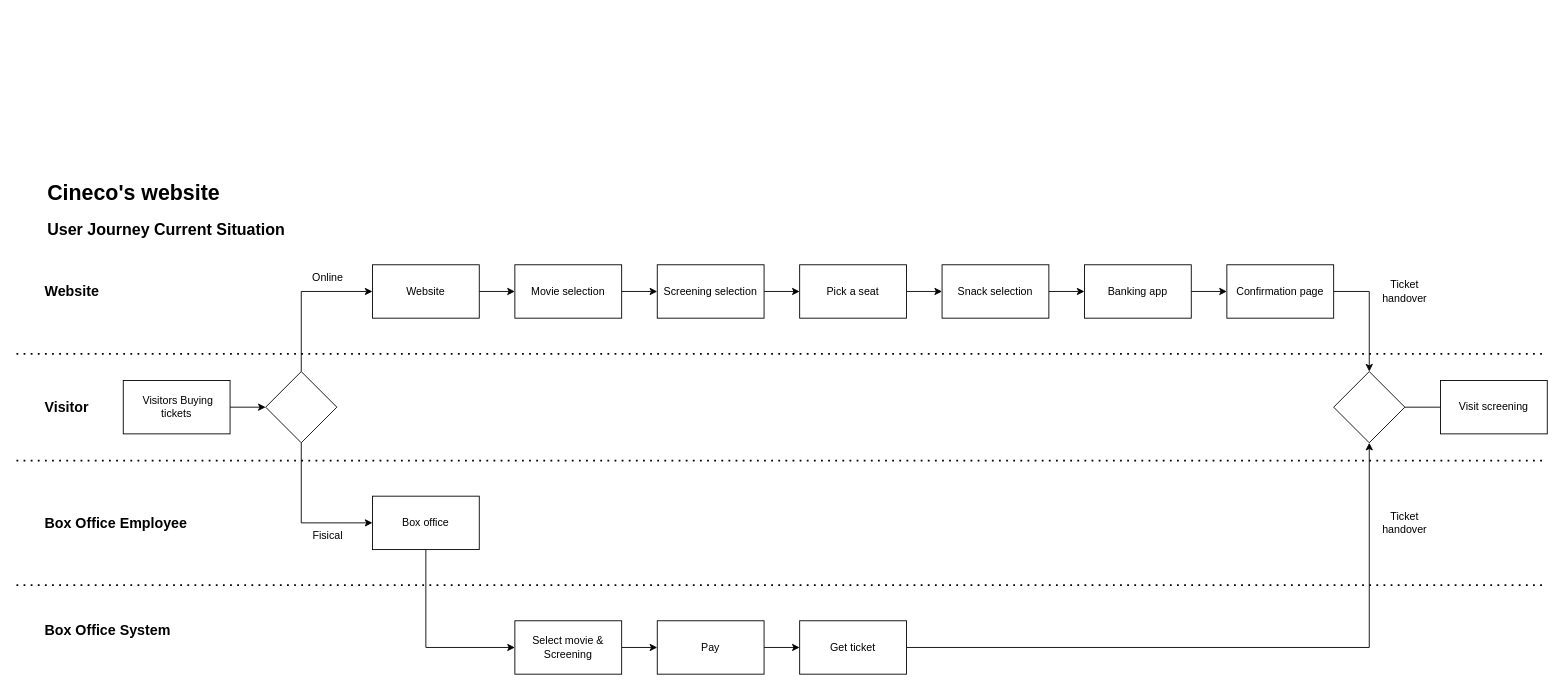
Above: Cinema Cineco.drawio in BasGosman-Calco/Business-Analyses (draw.io), before the change. Source tidied: cells renumbered, new cells numbered last; positions are measured from the earlier drawing's top-left corner, leaving out a move shared by most shapes. Both pictures are drawn from the tidied source at 89%, with x=0, y=0 at pixel (16, 175).
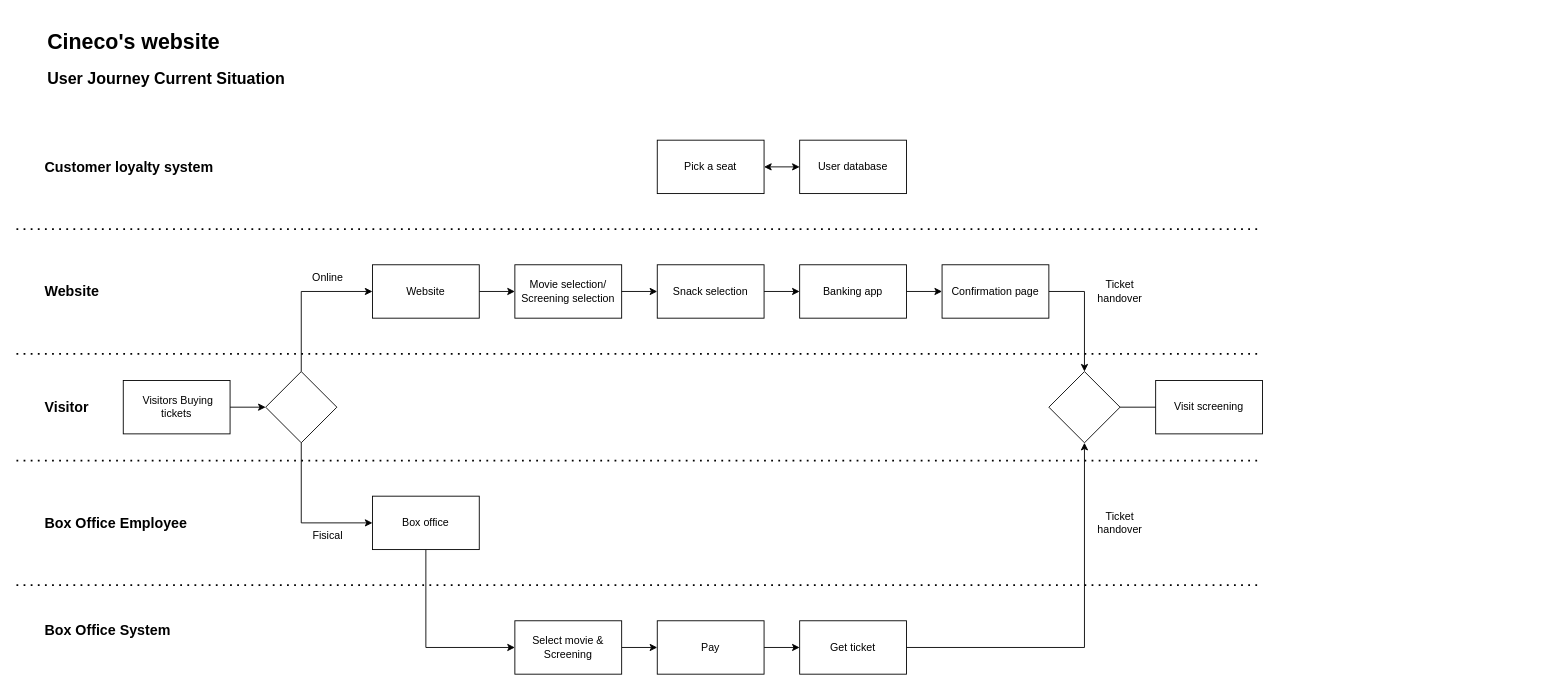
The same diagram, later.

The edit, as a diff of the source:
```diff
@@
     <mxCell id="2" value="&lt;h1&gt;Cineco's website&lt;br&gt;&lt;/h1&gt;&lt;p&gt;&lt;b&gt;&lt;font style=&quot;font-size: 18px;&quot;&gt;User Journey Current Situation&lt;/font&gt;&lt;/b&gt;&lt;br&gt;&lt;/p&gt;" style="text;html=1;strokeColor=none;fillColor=none;spacing=5;spacingTop=-20;whiteSpace=wrap;overflow=hidden;rounded=0;" parent="1" vertex="1">
-      <mxGeometry x="30" width="330" height="130" as="geometry" />
+      <mxGeometry x="30" y="-170" width="330" height="130" as="geometry" />
     </mxCell>
-    <mxCell id="3" style="edgeStyle=orthogonalEdgeStyle;rounded=0;jettySize=auto;html=1;" parent="1" edge="1" source="4" target="7">
-      <mxGeometry relative="1" as="geometry" />
-    </mxCell>
-    <mxCell id="4" value="Movie selection" style="rounded=0;whiteSpace=wrap;html=1;" parent="1" vertex="1">
+    <mxCell id="4" value="Movie selection/&lt;div&gt;Screening selection&lt;/div&gt;" style="rounded=0;whiteSpace=wrap;html=1;" parent="1" vertex="1">
       <mxGeometry x="560" y="100" width="120" height="60" as="geometry" />
     </mxCell>
-    <mxCell id="5" style="edgeStyle=orthogonalEdgeStyle;rounded=0;jettySize=auto;html=1;exitX=1;exitY=0.5;exitDx=0;exitDy=0;" parent="1" edge="1" source="24" target="9">
-      <mxGeometry relative="1" as="geometry" />
-    </mxCell>
-    <mxCell id="6" style="edgeStyle=orthogonalEdgeStyle;rounded=0;jettySize=auto;html=1;" parent="1" edge="1" source="7" target="24">
+    <mxCell id="6" style="edgeStyle=orthogonalEdgeStyle;rounded=0;jettySize=auto;html=1;entryX=0;entryY=0.5;entryDx=0;entryDy=0;exitX=1;exitY=0.5;exitDx=0;exitDy=0;" parent="1" edge="1" source="4" target="9">
       <mxGeometry relative="1" as="geometry" />
     </mxCell>
-    <mxCell id="7" value="&lt;div&gt;Screening selection&lt;/div&gt;" style="rounded=0;whiteSpace=wrap;html=1;" parent="1" vertex="1">
-      <mxGeometry x="720" y="100" width="120" height="60" as="geometry" />
-    </mxCell>
@@
     <mxCell id="9" value="&lt;div&gt;Snack selection&lt;/div&gt;" style="rounded=0;whiteSpace=wrap;html=1;" parent="1" vertex="1">
-      <mxGeometry x="1040" y="100" width="120" height="60" as="geometry" />
+      <mxGeometry x="720" y="100" width="120" height="60" as="geometry" />
     </mxCell>
@@
     <mxCell id="11" value="Banking app" style="rounded=0;whiteSpace=wrap;html=1;" parent="1" vertex="1">
-      <mxGeometry x="1200" y="100" width="120" height="60" as="geometry" />
+      <mxGeometry x="880" y="100" width="120" height="60" as="geometry" />
     </mxCell>
@@
     <mxCell id="13" value="Confirmation page" style="rounded=0;whiteSpace=wrap;html=1;" parent="1" vertex="1">
-      <mxGeometry x="1360" y="100" width="120" height="60" as="geometry" />
+      <mxGeometry x="1040" y="100" width="120" height="60" as="geometry" />
     </mxCell>
@@
     <mxCell id="24" value="Pick a seat" style="whiteSpace=wrap;html=1;rounded=0;" parent="1" vertex="1">
-      <mxGeometry x="880" y="100" width="120" height="60" as="geometry" />
+      <mxGeometry x="720" y="-40" width="120" height="60" as="geometry" />
     </mxCell>
@@
     <mxCell id="35" style="edgeStyle=orthogonalEdgeStyle;rounded=0;jettySize=auto;html=1;exitX=1;exitY=0.5;exitDx=0;exitDy=0;" parent="1" edge="1" source="36">
       <mxGeometry relative="1" as="geometry">
-        <mxPoint x="1670" y="260" as="targetPoint" />
+        <mxPoint x="1350" y="260" as="targetPoint" />
       </mxGeometry>
     </mxCell>
     <mxCell id="36" style="rhombus;whiteSpace=wrap;html=1;" parent="1" vertex="1">
-      <mxGeometry x="1480" y="220" width="80" height="80" as="geometry" />
+      <mxGeometry x="1160" y="220" width="80" height="80" as="geometry" />
     </mxCell>
     <mxCell id="37" value="Visit screening" style="rounded=0;whiteSpace=wrap;html=1;" parent="1" vertex="1">
-      <mxGeometry x="1600" y="230" width="120" height="60" as="geometry" />
+      <mxGeometry x="1280" y="230" width="120" height="60" as="geometry" />
     </mxCell>
     <mxCell id="38" value="Ticket handover" style="text;html=1;strokeColor=none;fillColor=none;align=center;verticalAlign=middle;whiteSpace=wrap;rounded=0;" parent="1" vertex="1">
-      <mxGeometry x="1520" y="375" width="80" height="30" as="geometry" />
+      <mxGeometry x="1200" y="375" width="80" height="30" as="geometry" />
     </mxCell>
     <mxCell id="39" value="Ticket handover" style="text;html=1;strokeColor=none;fillColor=none;align=center;verticalAlign=middle;whiteSpace=wrap;rounded=0;" parent="1" vertex="1">
-      <mxGeometry x="1520" y="115" width="80" height="30" as="geometry" />
+      <mxGeometry x="1200" y="115" width="80" height="30" as="geometry" />
     </mxCell>
@@
     <mxCell id="41" style="endArrow=none;dashed=1;html=1;dashPattern=1 3;strokeWidth=2;rounded=0;" parent="1" edge="1">
       <mxGeometry relative="1" as="geometry">
         <mxPoint y="200" as="sourcePoint" />
-        <mxPoint x="1720" y="200" as="targetPoint" />
+        <mxPoint x="1400" y="200" as="targetPoint" />
       </mxGeometry>
     </mxCell>
     <mxCell id="42" style="endArrow=none;dashed=1;html=1;dashPattern=1 3;strokeWidth=2;rounded=0;" parent="1" edge="1">
       <mxGeometry relative="1" as="geometry">
         <mxPoint y="320" as="sourcePoint" />
-        <mxPoint x="1720" y="320" as="targetPoint" />
+        <mxPoint x="1400" y="320" as="targetPoint" />
       </mxGeometry>
     </mxCell>
     <mxCell id="43" style="endArrow=none;dashed=1;html=1;dashPattern=1 3;strokeWidth=2;rounded=0;" parent="1" edge="1">
       <mxGeometry relative="1" as="geometry">
         <mxPoint y="460" as="sourcePoint" />
-        <mxPoint x="1720" y="460" as="targetPoint" />
+        <mxPoint x="1400" y="460" as="targetPoint" />
       </mxGeometry>
     </mxCell>
+    <mxCell id="44" style="edgeStyle=orthogonalEdgeStyle;rounded=0;jettySize=auto;html=1;entryX=1;entryY=0.5;entryDx=0;entryDy=0;endArrow=classic;endFill=1;startArrow=classic;startFill=1;" parent="1" edge="1" source="45" target="24">
+      <mxGeometry relative="1" as="geometry" />
+    </mxCell>
+    <mxCell id="45" value="User database" style="whiteSpace=wrap;html=1;rounded=0;" parent="1" vertex="1">
+      <mxGeometry x="880" y="-40" width="120" height="60" as="geometry" />
+    </mxCell>
+    <mxCell id="46" style="endArrow=none;dashed=1;html=1;dashPattern=1 3;strokeWidth=2;rounded=0;" parent="1" edge="1">
+      <mxGeometry relative="1" as="geometry">
+        <mxPoint y="60" as="sourcePoint" />
+        <mxPoint x="1400" y="60" as="targetPoint" />
+      </mxGeometry>
+    </mxCell>
+    <mxCell id="47" value="&lt;b&gt;Customer loyalty system&lt;br&gt;&lt;/b&gt;" style="text;html=1;strokeColor=none;fillColor=none;align=left;verticalAlign=middle;whiteSpace=wrap;rounded=0;fontSize=16;" parent="1" vertex="1">
+      <mxGeometry x="30" y="-25" width="220" height="30" as="geometry" />
+    </mxCell>
```
